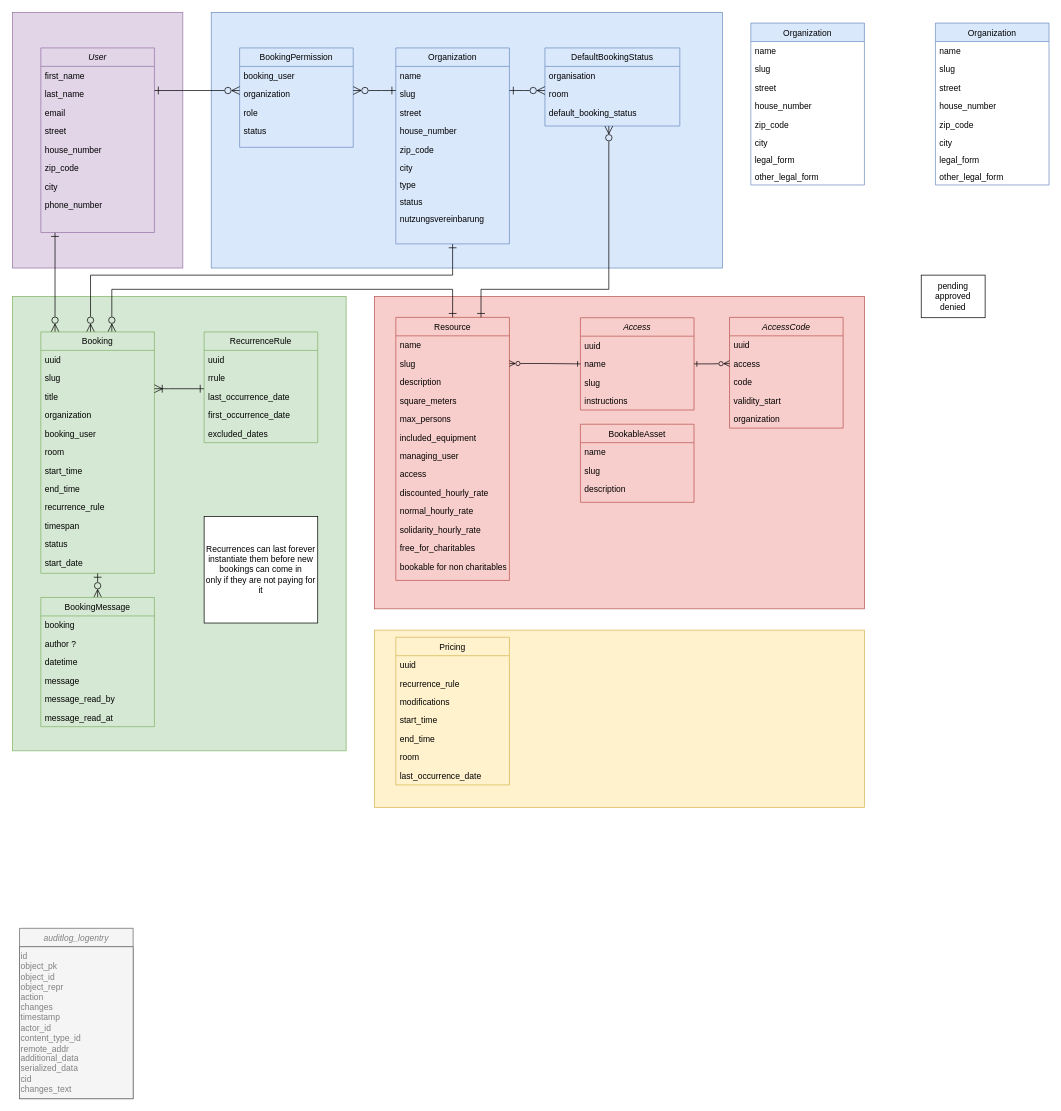
Above: docs/modelling/erd-v1.2.0.drawio in Haus-des-Engagements/re-sharing (draw.io), before the change. Source tidied: cells renumbered, new cells numbered last; positions are measured from the earlier drawing's top-left corner, leaving out a move shared by most shapes. Both pictures are drawn from the tidied source at 71%, with x=0, y=0 at pixel (12, 12).
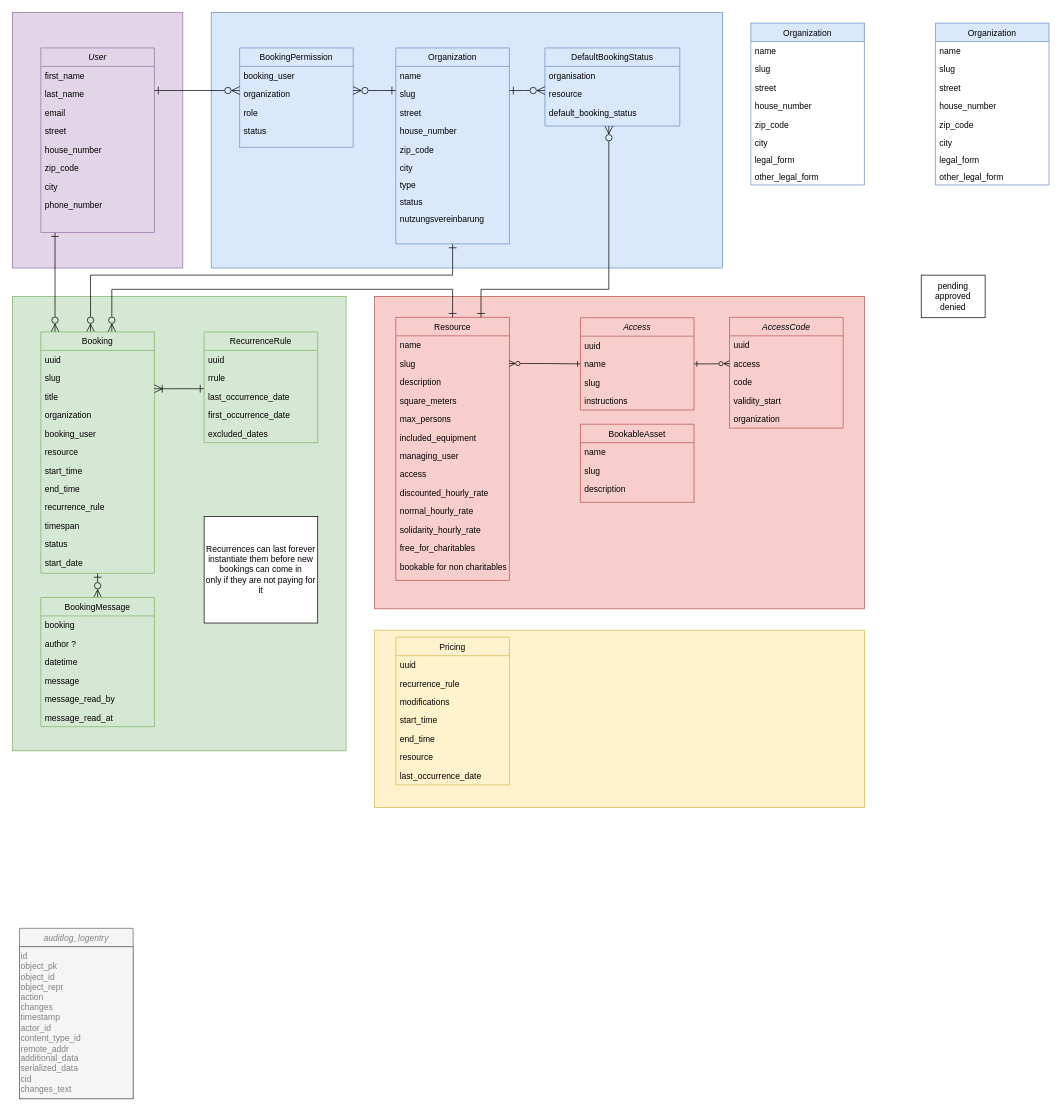
The same page after the edit.

Unchanged cells that the change refers to:
```xml
<mxCell id="44" value="Booking" style="swimlane;fontStyle=0;align=center;verticalAlign=top;horizontal=1;startSize=26;rounded=0;shadow=0;strokeWidth=1;fillColor=#d5e8d4;strokeColor=#82b366;" parent="1" vertex="1">
  <mxGeometry x="40" y="450" width="160" height="340" as="geometry" />
</mxCell>
<mxCell id="66" value="DefaultBookingStatus" style="swimlane;fontStyle=0;align=center;verticalAlign=top;horizontal=1;startSize=26;rounded=0;shadow=0;strokeWidth=1;fillColor=#dae8fc;strokeColor=#6c8ebf;" parent="1" vertex="1">
  <mxGeometry x="750" y="50" width="190" height="110" as="geometry" />
</mxCell>
<mxCell id="80" value="Pricing" style="swimlane;fontStyle=0;align=center;verticalAlign=top;horizontal=1;startSize=26;rounded=0;shadow=0;strokeWidth=1;fillColor=#fff2cc;strokeColor=#d6b656;" parent="1" vertex="1">
  <mxGeometry x="540" y="880" width="160" height="208" as="geometry" />
</mxCell>
```

Diff of the diagram source:
```diff
@@
-    <mxCell id="50" value="room" style="text;align=left;verticalAlign=top;spacingLeft=4;spacingRight=4;overflow=hidden;" parent="44" vertex="1">
+    <mxCell id="50" value="resource" style="text;align=left;verticalAlign=top;spacingLeft=4;spacingRight=4;overflow=hidden;" parent="44" vertex="1">
       <mxGeometry y="156" width="160" height="26" as="geometry" />
     </mxCell>
@@
-    <mxCell id="68" value="room" style="text;align=left;verticalAlign=top;spacingLeft=4;spacingRight=4;overflow=hidden;rounded=0;shadow=0;html=0;" parent="66" vertex="1">
+    <mxCell id="68" value="resource" style="text;align=left;verticalAlign=top;spacingLeft=4;spacingRight=4;overflow=hidden;rounded=0;shadow=0;html=0;" parent="66" vertex="1">
       <mxGeometry y="52" width="190" height="26" as="geometry" />
     </mxCell>
@@
-    <mxCell id="86" value="room" style="text;align=left;verticalAlign=top;spacingLeft=4;spacingRight=4;overflow=hidden;rounded=0;shadow=0;html=0;" parent="80" vertex="1">
+    <mxCell id="86" value="resource" style="text;align=left;verticalAlign=top;spacingLeft=4;spacingRight=4;overflow=hidden;rounded=0;shadow=0;html=0;" parent="80" vertex="1">
       <mxGeometry y="156" width="160" height="26" as="geometry" />
     </mxCell>
```
